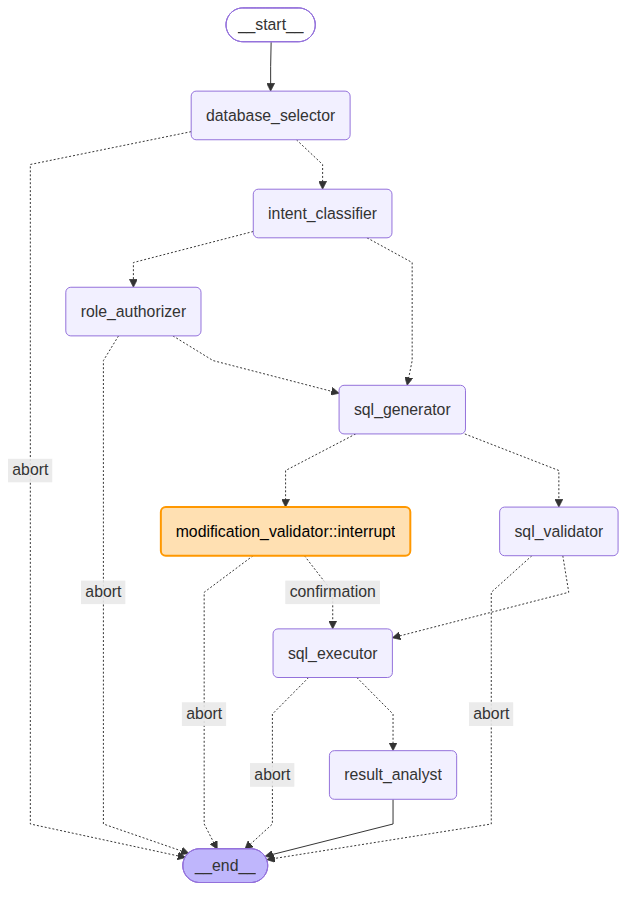
Earlier version of the Mermaid export docs/graph.png (victorhaguet/sql-analyser-copilot). Its source is kept beside it as docs/graph.mermaid. Source of this version:
```mermaid
---
config:
  flowchart:
    curve: linear
---
graph TD;
	__start__([<p>__start__</p>]):::first
	database_selector(database_selector)
	intent_classifier(intent_classifier)
	role_authorizer(role_authorizer)
	sql_generator(sql_generator)
	sql_validator(sql_validator)
	modification_validator(modification_validator::interrupt)
	sql_executor(sql_executor)
	result_analyst(result_analyst)
	__end__([<p>__end__</p>]):::last
	__start__ --> database_selector;
	database_selector -. &nbsp;abort&nbsp; .-> __end__;
	database_selector -.-> intent_classifier;
	intent_classifier -.-> role_authorizer;
	intent_classifier -.-> sql_generator;
	modification_validator -. &nbsp;abort&nbsp; .-> __end__;
	modification_validator -. &nbsp;confirmation&nbsp; .-> sql_executor;
	role_authorizer -. &nbsp;abort&nbsp; .-> __end__;
	role_authorizer -.-> sql_generator;
	sql_executor -. &nbsp;abort&nbsp; .-> __end__;
	sql_executor -.-> result_analyst;
	sql_generator -.-> modification_validator;
	sql_generator -.-> sql_validator;
	sql_validator -. &nbsp;abort&nbsp; .-> __end__;
	sql_validator -.-> sql_executor;
	result_analyst --> __end__;
	classDef default fill:#f2f0ff,line-height:1.2
	classDef first fill-opacity:0
	classDef last fill:#bfb6fc
	classDef interrupt fill:#ffe0b2,stroke:#ff9800,stroke-width:2px,color:#000
	class modification_validator interrupt
```
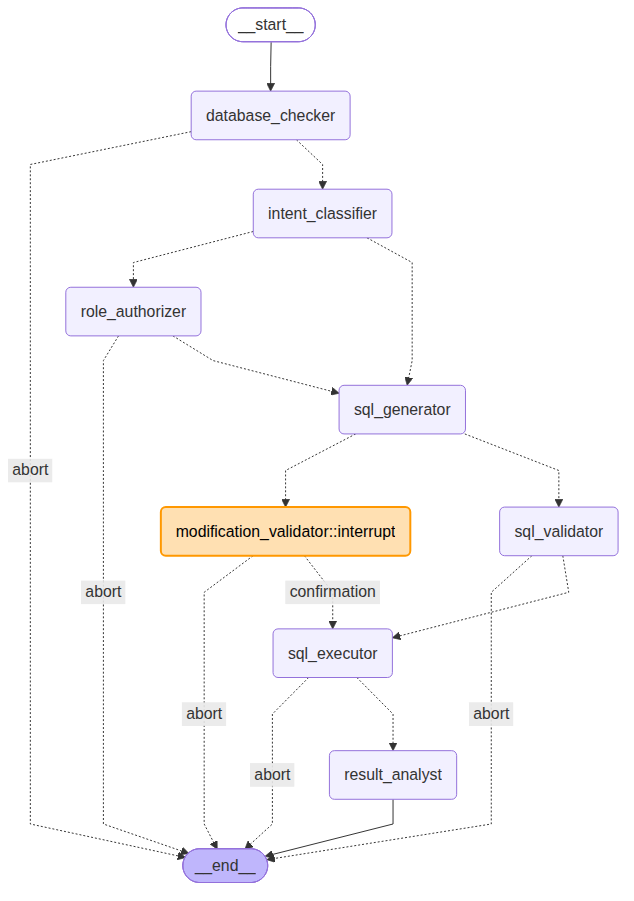
The same file after the commit.

Commit message:
docs(README.md): Update the README.md file to explain the new node database_checker

What changed in the source:
```diff
@@ -5,7 +5,7 @@
 ---
 graph TD;
 	__start__([<p>__start__</p>]):::first
-	database_selector(database_selector)
+	database_checker(database_checker)
 	intent_classifier(intent_classifier)
 	role_authorizer(role_authorizer)
 	sql_generator(sql_generator)
@@ -14,9 +14,9 @@
 	sql_executor(sql_executor)
 	result_analyst(result_analyst)
 	__end__([<p>__end__</p>]):::last
-	__start__ --> database_selector;
-	database_selector -. &nbsp;abort&nbsp; .-> __end__;
-	database_selector -.-> intent_classifier;
+	__start__ --> database_checker;
+	database_checker -. &nbsp;abort&nbsp; .-> __end__;
+	database_checker -.-> intent_classifier;
 	intent_classifier -.-> role_authorizer;
 	intent_classifier -.-> sql_generator;
 	modification_validator -. &nbsp;abort&nbsp; .-> __end__;
```
